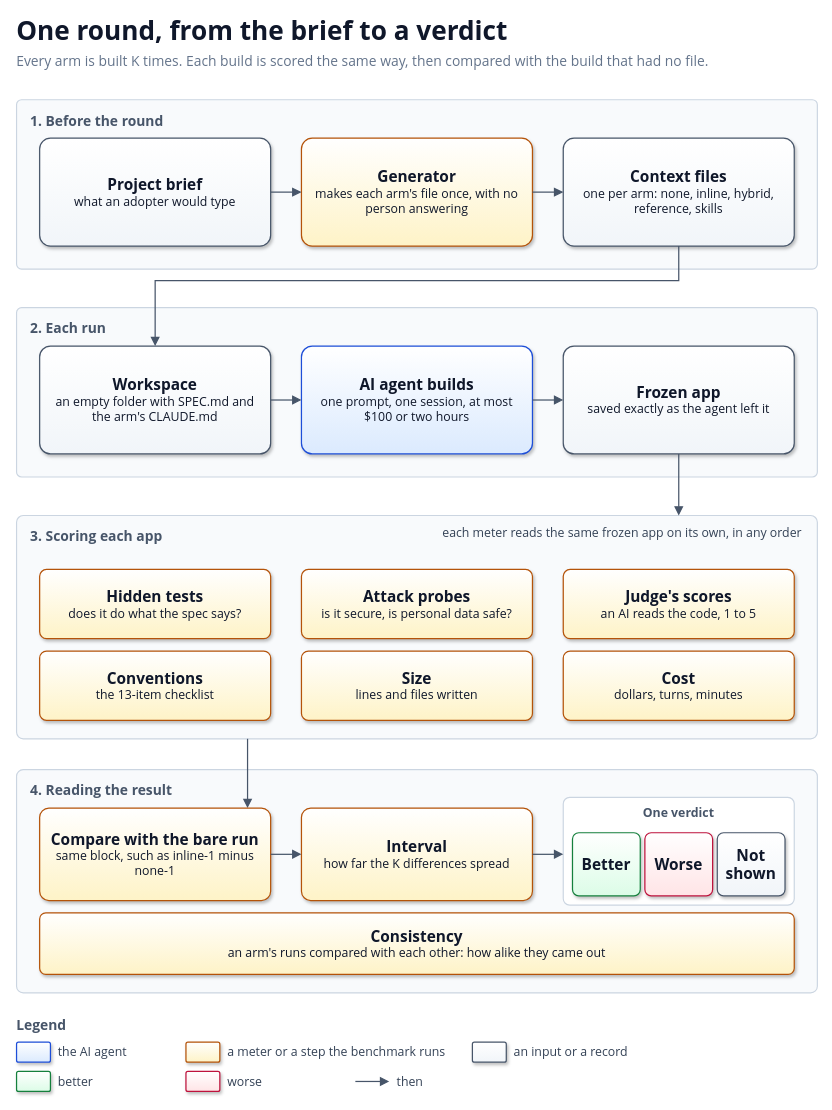
The draw.io diagram docs/diagrams/round-flow.drawio in solid-ai-dev/solid-ai-benchmark, before the edit. Source tidied: cells renumbered, new cells numbered last; positions are measured from the earlier drawing's top-left corner, leaving out a move shared by most shapes. Both pictures are drawn from the tidied source at 77%, with x=0, y=0 at pixel (16, 13).
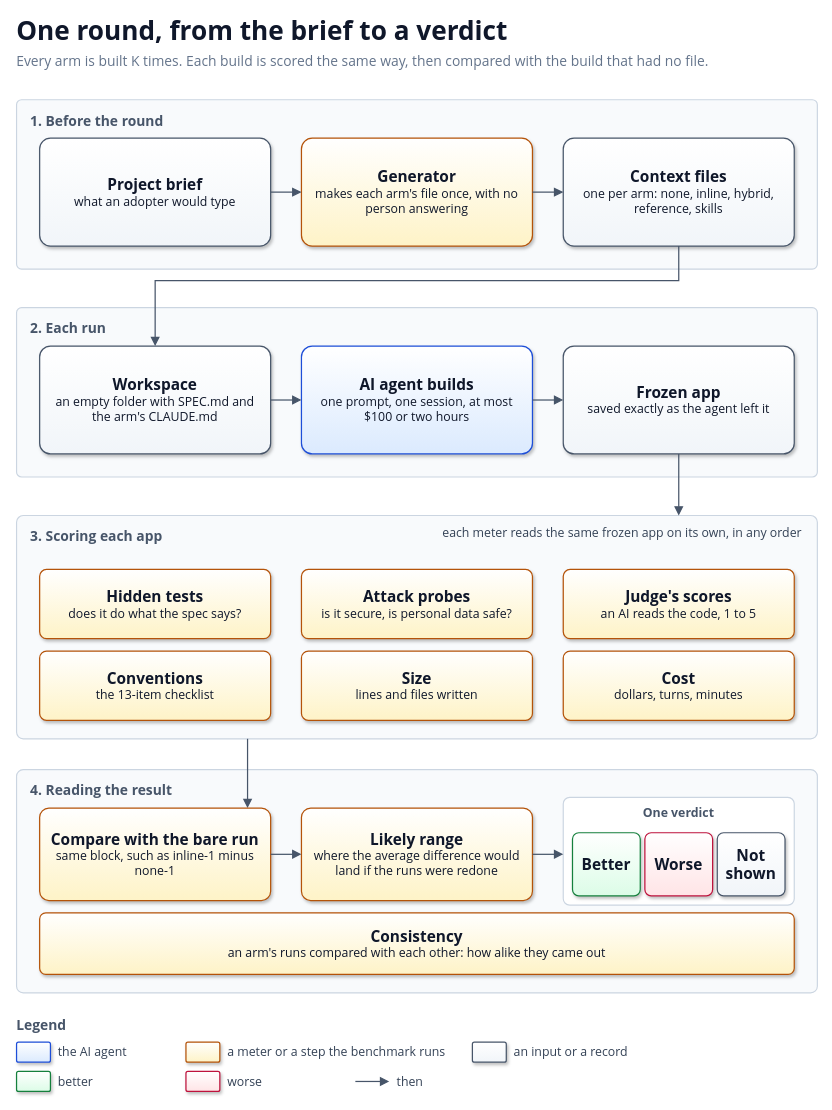
The same page after the edit.

Commit message (it also covers changes not shown here):
docs(primer): call the interval the likely range

Change to the diagram source:
```diff
@@
-    <mxCell id="29" value="&lt;b style='font-size:20px'&gt;Interval&lt;/b&gt;&lt;br&gt;&lt;span style='font-size:16px'&gt;how far the K differences spread&lt;/span&gt;" style="rounded=1;arcSize=10;whiteSpace=wrap;html=1;fillColor=#FEF3C7;gradientColor=#FFFFFF;gradientDirection=north;strokeColor=#B45309;strokeWidth=1.6;shadow=1;align=center;verticalAlign=middle;fontFamily=Segoe UI;fontColor=#0F172A;spacing=8;" parent="1" vertex="1">
+    <mxCell id="29" value="&lt;b style='font-size:20px'&gt;Likely range&lt;/b&gt;&lt;br&gt;&lt;span style='font-size:16px'&gt;where the average difference would land if the runs were redone&lt;/span&gt;" style="rounded=1;arcSize=10;whiteSpace=wrap;html=1;fillColor=#FEF3C7;gradientColor=#FFFFFF;gradientDirection=north;strokeColor=#B45309;strokeWidth=1.6;shadow=1;align=center;verticalAlign=middle;fontFamily=Segoe UI;fontColor=#0F172A;spacing=8;" parent="1" vertex="1">
       <mxGeometry x="370" y="1032" width="300" height="120" as="geometry" />
     </mxCell>
```
